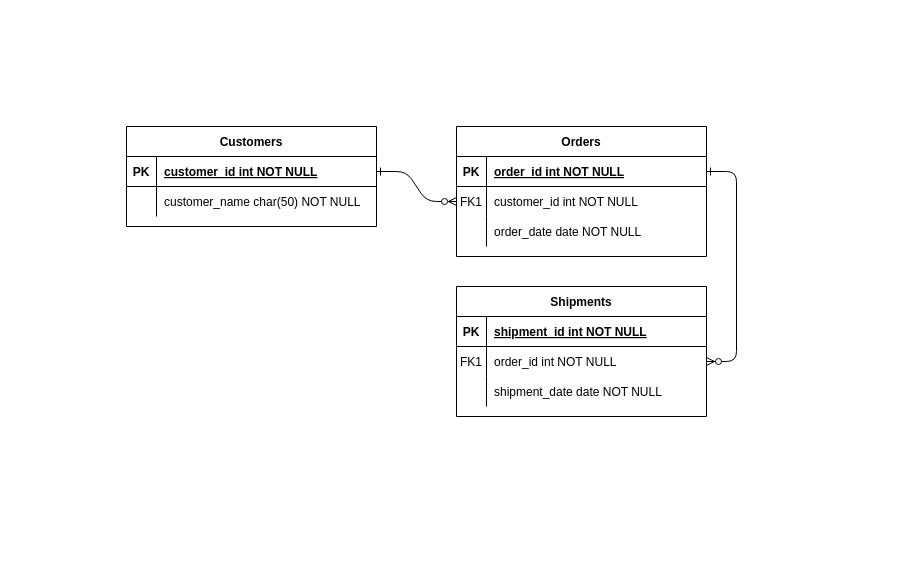
Before: Untitled Diagram.drawio in haeyoungim/test, a draw.io diagram. Source tidied: cells renumbered, new cells numbered last; positions are measured from the earlier drawing's top-left corner, leaving out a move shared by most shapes. Both pictures are drawn from the tidied source at 100%, with x=0, y=0 at pixel (126, 126).
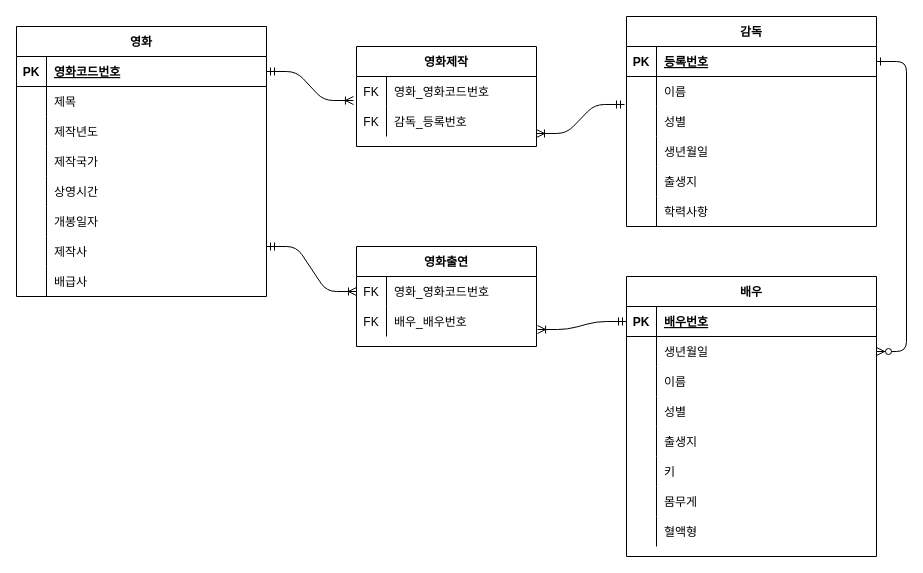
After the change.

Unchanged cells that the change refers to:
```xml
<mxCell id="5" style="shape=partialRectangle;fillColor=none;points=[[0,0.5],[1,0.5]];portConstraint=eastwest;top=0;left=0;right=0;bottom=1;" parent="4" vertex="1">
  <mxGeometry y="30" width="250" height="30" as="geometry" />
</mxCell>
<mxCell id="8" style="shape=partialRectangle;fillColor=none;points=[[0,0.5],[1,0.5]];portConstraint=eastwest;top=0;left=0;right=0;bottom=0;" parent="4" vertex="1">
  <mxGeometry y="60" width="250" height="30" as="geometry" />
</mxCell>
<mxCell id="11" style="shape=partialRectangle;fillColor=none;points=[[0,0.5],[1,0.5]];portConstraint=eastwest;top=0;left=0;right=0;bottom=0;" parent="4" vertex="1">
  <mxGeometry y="90" width="250" height="30" as="geometry" />
</mxCell>
<mxCell id="15" style="shape=partialRectangle;fillColor=none;points=[[0,0.5],[1,0.5]];portConstraint=eastwest;top=0;left=0;right=0;bottom=1;" parent="14" vertex="1">
  <mxGeometry y="30" width="250" height="30" as="geometry" />
</mxCell>
<mxCell id="18" style="shape=partialRectangle;fillColor=none;points=[[0,0.5],[1,0.5]];portConstraint=eastwest;top=0;left=0;right=0;bottom=0;" parent="14" vertex="1">
  <mxGeometry y="60" width="250" height="30" as="geometry" />
</mxCell>
<mxCell id="21" style="shape=partialRectangle;fillColor=none;top=0;left=0;right=0;bottom=0;" parent="14" vertex="1">
  <mxGeometry y="90" width="250" height="30" as="geometry" />
</mxCell>
<mxCell id="25" style="shape=partialRectangle;fillColor=none;points=[[0,0.5],[1,0.5]];portConstraint=eastwest;top=0;left=0;right=0;bottom=1;" parent="24" vertex="1">
  <mxGeometry y="30" width="250" height="30" as="geometry" />
</mxCell>
```

Diff of the diagram source:
```diff
@@
-    <mxCell id="2" style="edgeStyle=entityRelationEdgeStyle;endArrow=ERzeroToMany;startArrow=ERone;endFill=1;startFill=0;" parent="1" edge="1" source="25" target="8">
-      <mxGeometry relative="1" as="geometry" />
-    </mxCell>
@@
-    <mxCell id="4" value="Orders" style="shape=table;startSize=30;childLayout=tableLayout;rowLines=0;fontStyle=1;align=center;" parent="1" vertex="1">
-      <mxGeometry x="330" width="250" height="130" as="geometry" />
+    <mxCell id="4" value="감독" style="shape=table;startSize=30;childLayout=tableLayout;rowLines=0;fontStyle=1;align=center;" parent="1" vertex="1">
+      <mxGeometry x="500" y="-110" width="250" height="210" as="geometry" />
     </mxCell>
@@
-    <mxCell id="7" value="order_id int NOT NULL " style="shape=partialRectangle;overflow=hidden;fillColor=none;top=0;left=0;bottom=0;right=0;align=left;spacingLeft=6;fontStyle=5;" parent="5" vertex="1">
+    <mxCell id="7" value="등록번호" style="shape=partialRectangle;overflow=hidden;fillColor=none;top=0;left=0;bottom=0;right=0;align=left;spacingLeft=6;fontStyle=5;" parent="5" vertex="1">
       <mxGeometry x="30" width="220" height="30" as="geometry" />
     </mxCell>
@@
-    <mxCell id="9" value="FK1" style="shape=partialRectangle;overflow=hidden;fillColor=none;top=0;left=0;bottom=0;right=0;" parent="8" vertex="1">
+    <mxCell id="9" style="shape=partialRectangle;overflow=hidden;fillColor=none;top=0;left=0;bottom=0;right=0;" parent="8" vertex="1">
       <mxGeometry width="30" height="30" as="geometry" />
     </mxCell>
-    <mxCell id="10" value="customer_id int NOT NULL" style="shape=partialRectangle;overflow=hidden;fillColor=none;top=0;left=0;bottom=0;right=0;align=left;spacingLeft=6;" parent="8" vertex="1">
+    <mxCell id="10" value="이름" style="shape=partialRectangle;overflow=hidden;fillColor=none;top=0;left=0;bottom=0;right=0;align=left;spacingLeft=6;" parent="8" vertex="1">
       <mxGeometry x="30" width="220" height="30" as="geometry" />
     </mxCell>
@@
-    <mxCell id="13" value="order_date date NOT NULL" style="shape=partialRectangle;overflow=hidden;fillColor=none;top=0;left=0;bottom=0;right=0;align=left;spacingLeft=6;" parent="11" vertex="1">
+    <mxCell id="13" value="성별" style="shape=partialRectangle;overflow=hidden;fillColor=none;top=0;left=0;bottom=0;right=0;align=left;spacingLeft=6;" parent="11" vertex="1">
       <mxGeometry x="30" width="220" height="30" as="geometry" />
     </mxCell>
+    <mxCell id="31" style="shape=partialRectangle;fillColor=none;top=0;left=0;right=0;bottom=0;" parent="4" vertex="1">
+      <mxGeometry y="120" width="250" height="30" as="geometry" />
+    </mxCell>
+    <mxCell id="32" style="shape=partialRectangle;overflow=hidden;fillColor=none;top=0;left=0;bottom=0;right=0;" parent="31" vertex="1">
+      <mxGeometry width="30" height="30" as="geometry" />
+    </mxCell>
+    <mxCell id="33" value="생년월일" style="shape=partialRectangle;overflow=hidden;fillColor=none;top=0;left=0;bottom=0;right=0;align=left;spacingLeft=6;" parent="31" vertex="1">
+      <mxGeometry x="30" width="220" height="30" as="geometry" />
+    </mxCell>
+    <mxCell id="34" style="shape=partialRectangle;fillColor=none;top=0;left=0;right=0;bottom=0;" parent="4" vertex="1">
+      <mxGeometry y="150" width="250" height="30" as="geometry" />
+    </mxCell>
+    <mxCell id="35" style="shape=partialRectangle;overflow=hidden;fillColor=none;top=0;left=0;bottom=0;right=0;" parent="34" vertex="1">
+      <mxGeometry width="30" height="30" as="geometry" />
+    </mxCell>
+    <mxCell id="36" value="출생지" style="shape=partialRectangle;overflow=hidden;fillColor=none;top=0;left=0;bottom=0;right=0;align=left;spacingLeft=6;" parent="34" vertex="1">
+      <mxGeometry x="30" width="220" height="30" as="geometry" />
+    </mxCell>
+    <mxCell id="37" style="shape=partialRectangle;fillColor=none;top=0;left=0;right=0;bottom=0;" parent="4" vertex="1">
+      <mxGeometry y="180" width="250" height="30" as="geometry" />
+    </mxCell>
+    <mxCell id="38" style="shape=partialRectangle;overflow=hidden;fillColor=none;top=0;left=0;bottom=0;right=0;" parent="37" vertex="1">
+      <mxGeometry width="30" height="30" as="geometry" />
+    </mxCell>
+    <mxCell id="39" value="학력사항" style="shape=partialRectangle;overflow=hidden;fillColor=none;top=0;left=0;bottom=0;right=0;align=left;spacingLeft=6;" parent="37" vertex="1">
+      <mxGeometry x="30" width="220" height="30" as="geometry" />
+    </mxCell>
-    <mxCell id="14" value="Shipments" style="shape=table;startSize=30;childLayout=tableLayout;rowLines=0;fontStyle=1;align=center;" parent="1" vertex="1">
-      <mxGeometry x="330" y="160" width="250" height="130" as="geometry" />
+    <mxCell id="14" value="배우" style="shape=table;startSize=30;childLayout=tableLayout;rowLines=0;fontStyle=1;align=center;" parent="1" vertex="1">
+      <mxGeometry x="500" y="150" width="250" height="280" as="geometry" />
     </mxCell>
@@
-    <mxCell id="17" value="shipment_id int NOT NULL " style="shape=partialRectangle;overflow=hidden;fillColor=none;top=0;left=0;bottom=0;right=0;align=left;spacingLeft=6;fontStyle=5;" parent="15" vertex="1">
+    <mxCell id="17" value="배우번호" style="shape=partialRectangle;overflow=hidden;fillColor=none;top=0;left=0;bottom=0;right=0;align=left;spacingLeft=6;fontStyle=5;" parent="15" vertex="1">
       <mxGeometry x="30" width="220" height="30" as="geometry" />
     </mxCell>
@@
-    <mxCell id="19" value="FK1" style="shape=partialRectangle;overflow=hidden;fillColor=none;top=0;left=0;bottom=0;right=0;" parent="18" vertex="1">
+    <mxCell id="19" style="shape=partialRectangle;overflow=hidden;fillColor=none;top=0;left=0;bottom=0;right=0;" parent="18" vertex="1">
       <mxGeometry width="30" height="30" as="geometry" />
     </mxCell>
-    <mxCell id="20" value="order_id int NOT NULL" style="shape=partialRectangle;overflow=hidden;fillColor=none;top=0;left=0;bottom=0;right=0;align=left;spacingLeft=6;" parent="18" vertex="1">
+    <mxCell id="20" value="생년월일" style="shape=partialRectangle;overflow=hidden;fillColor=none;top=0;left=0;bottom=0;right=0;align=left;spacingLeft=6;" parent="18" vertex="1">
       <mxGeometry x="30" width="220" height="30" as="geometry" />
     </mxCell>
@@
-    <mxCell id="23" value="shipment_date date NOT NULL" style="shape=partialRectangle;overflow=hidden;fillColor=none;top=0;left=0;bottom=0;right=0;align=left;spacingLeft=6;" parent="21" vertex="1">
+    <mxCell id="23" value="이름" style="shape=partialRectangle;overflow=hidden;fillColor=none;top=0;left=0;bottom=0;right=0;align=left;spacingLeft=6;" parent="21" vertex="1">
       <mxGeometry x="30" width="220" height="30" as="geometry" />
     </mxCell>
+    <mxCell id="40" style="shape=partialRectangle;fillColor=none;top=0;left=0;right=0;bottom=0;" parent="14" vertex="1">
+      <mxGeometry y="120" width="250" height="30" as="geometry" />
+    </mxCell>
+    <mxCell id="41" style="shape=partialRectangle;overflow=hidden;fillColor=none;top=0;left=0;bottom=0;right=0;" parent="40" vertex="1">
+      <mxGeometry width="30" height="30" as="geometry" />
+    </mxCell>
+    <mxCell id="42" value="성별" style="shape=partialRectangle;overflow=hidden;fillColor=none;top=0;left=0;bottom=0;right=0;align=left;spacingLeft=6;" parent="40" vertex="1">
+      <mxGeometry x="30" width="220" height="30" as="geometry" />
+    </mxCell>
+    <mxCell id="43" style="shape=partialRectangle;fillColor=none;top=0;left=0;right=0;bottom=0;" parent="14" vertex="1">
+      <mxGeometry y="150" width="250" height="30" as="geometry" />
+    </mxCell>
+    <mxCell id="44" style="shape=partialRectangle;overflow=hidden;fillColor=none;top=0;left=0;bottom=0;right=0;" parent="43" vertex="1">
+      <mxGeometry width="30" height="30" as="geometry" />
+    </mxCell>
+    <mxCell id="45" value="출생지" style="shape=partialRectangle;overflow=hidden;fillColor=none;top=0;left=0;bottom=0;right=0;align=left;spacingLeft=6;" parent="43" vertex="1">
+      <mxGeometry x="30" width="220" height="30" as="geometry" />
+    </mxCell>
+    <mxCell id="46" style="shape=partialRectangle;fillColor=none;top=0;left=0;right=0;bottom=0;" parent="14" vertex="1">
+      <mxGeometry y="180" width="250" height="30" as="geometry" />
+    </mxCell>
+    <mxCell id="47" style="shape=partialRectangle;overflow=hidden;fillColor=none;top=0;left=0;bottom=0;right=0;" parent="46" vertex="1">
+      <mxGeometry width="30" height="30" as="geometry" />
+    </mxCell>
+    <mxCell id="48" value="키" style="shape=partialRectangle;overflow=hidden;fillColor=none;top=0;left=0;bottom=0;right=0;align=left;spacingLeft=6;" parent="46" vertex="1">
+      <mxGeometry x="30" width="220" height="30" as="geometry" />
+    </mxCell>
+    <mxCell id="49" style="shape=partialRectangle;fillColor=none;top=0;left=0;right=0;bottom=0;" parent="14" vertex="1">
+      <mxGeometry y="210" width="250" height="30" as="geometry" />
+    </mxCell>
+    <mxCell id="50" style="shape=partialRectangle;overflow=hidden;fillColor=none;top=0;left=0;bottom=0;right=0;" parent="49" vertex="1">
+      <mxGeometry width="30" height="30" as="geometry" />
+    </mxCell>
+    <mxCell id="51" value="몸무게" style="shape=partialRectangle;overflow=hidden;fillColor=none;top=0;left=0;bottom=0;right=0;align=left;spacingLeft=6;" parent="49" vertex="1">
+      <mxGeometry x="30" width="220" height="30" as="geometry" />
+    </mxCell>
+    <mxCell id="52" style="shape=partialRectangle;fillColor=none;top=0;left=0;right=0;bottom=0;" parent="14" vertex="1">
+      <mxGeometry y="240" width="250" height="30" as="geometry" />
+    </mxCell>
+    <mxCell id="53" style="shape=partialRectangle;overflow=hidden;fillColor=none;top=0;left=0;bottom=0;right=0;" parent="52" vertex="1">
+      <mxGeometry width="30" height="30" as="geometry" />
+    </mxCell>
+    <mxCell id="54" value="혈액형" style="shape=partialRectangle;overflow=hidden;fillColor=none;top=0;left=0;bottom=0;right=0;align=left;spacingLeft=6;" parent="52" vertex="1">
+      <mxGeometry x="30" width="220" height="30" as="geometry" />
+    </mxCell>
-    <mxCell id="24" value="Customers" style="shape=table;startSize=30;childLayout=tableLayout;rowLines=0;fontStyle=1;align=center;" parent="1" vertex="1">
-      <mxGeometry width="250" height="100" as="geometry" />
+    <mxCell id="24" value="영화" style="shape=table;startSize=30;childLayout=tableLayout;rowLines=0;fontStyle=1;align=center;" parent="1" vertex="1">
+      <mxGeometry x="-110" y="-100" width="250" height="270" as="geometry" />
     </mxCell>
@@
-    <mxCell id="27" value="customer_id int NOT NULL " style="shape=partialRectangle;overflow=hidden;fillColor=none;top=0;left=0;bottom=0;right=0;align=left;spacingLeft=6;fontStyle=5;" parent="25" vertex="1">
+    <mxCell id="27" value="영화코드번호" style="shape=partialRectangle;overflow=hidden;fillColor=none;top=0;left=0;bottom=0;right=0;align=left;spacingLeft=6;fontStyle=5;" parent="25" vertex="1">
       <mxGeometry x="30" width="220" height="30" as="geometry" />
     </mxCell>
+    <mxCell id="55" style="shape=partialRectangle;fillColor=none;top=0;left=0;right=0;bottom=0;" parent="24" vertex="1">
+      <mxGeometry y="60" width="250" height="30" as="geometry" />
+    </mxCell>
+    <mxCell id="56" style="shape=partialRectangle;overflow=hidden;fillColor=none;top=0;left=0;bottom=0;right=0;" parent="55" vertex="1">
+      <mxGeometry width="30" height="30" as="geometry" />
+    </mxCell>
+    <mxCell id="57" value="제목" style="shape=partialRectangle;overflow=hidden;fillColor=none;top=0;left=0;bottom=0;right=0;align=left;spacingLeft=6;" parent="55" vertex="1">
+      <mxGeometry x="30" width="220" height="30" as="geometry" />
+    </mxCell>
+    <mxCell id="58" style="shape=partialRectangle;fillColor=none;top=0;left=0;right=0;bottom=0;" parent="24" vertex="1">
+      <mxGeometry y="90" width="250" height="30" as="geometry" />
+    </mxCell>
+    <mxCell id="59" style="shape=partialRectangle;overflow=hidden;fillColor=none;top=0;left=0;bottom=0;right=0;" parent="58" vertex="1">
+      <mxGeometry width="30" height="30" as="geometry" />
+    </mxCell>
+    <mxCell id="60" value="제작년도" style="shape=partialRectangle;overflow=hidden;fillColor=none;top=0;left=0;bottom=0;right=0;align=left;spacingLeft=6;" parent="58" vertex="1">
+      <mxGeometry x="30" width="220" height="30" as="geometry" />
+    </mxCell>
+    <mxCell id="61" style="shape=partialRectangle;fillColor=none;top=0;left=0;right=0;bottom=0;" parent="24" vertex="1">
+      <mxGeometry y="120" width="250" height="30" as="geometry" />
+    </mxCell>
+    <mxCell id="62" style="shape=partialRectangle;overflow=hidden;fillColor=none;top=0;left=0;bottom=0;right=0;" parent="61" vertex="1">
+      <mxGeometry width="30" height="30" as="geometry" />
+    </mxCell>
+    <mxCell id="63" value="제작국가" style="shape=partialRectangle;overflow=hidden;fillColor=none;top=0;left=0;bottom=0;right=0;align=left;spacingLeft=6;" parent="61" vertex="1">
+      <mxGeometry x="30" width="220" height="30" as="geometry" />
+    </mxCell>
+    <mxCell id="64" style="shape=partialRectangle;fillColor=none;top=0;left=0;right=0;bottom=0;" parent="24" vertex="1">
+      <mxGeometry y="150" width="250" height="30" as="geometry" />
+    </mxCell>
+    <mxCell id="65" style="shape=partialRectangle;overflow=hidden;fillColor=none;top=0;left=0;bottom=0;right=0;" parent="64" vertex="1">
+      <mxGeometry width="30" height="30" as="geometry" />
+    </mxCell>
+    <mxCell id="66" value="상영시간" style="shape=partialRectangle;overflow=hidden;fillColor=none;top=0;left=0;bottom=0;right=0;align=left;spacingLeft=6;" parent="64" vertex="1">
+      <mxGeometry x="30" width="220" height="30" as="geometry" />
+    </mxCell>
+    <mxCell id="67" style="shape=partialRectangle;fillColor=none;top=0;left=0;right=0;bottom=0;" parent="24" vertex="1">
+      <mxGeometry y="180" width="250" height="30" as="geometry" />
+    </mxCell>
+    <mxCell id="68" style="shape=partialRectangle;overflow=hidden;fillColor=none;top=0;left=0;bottom=0;right=0;" parent="67" vertex="1">
+      <mxGeometry width="30" height="30" as="geometry" />
+    </mxCell>
+    <mxCell id="69" value="개봉일자" style="shape=partialRectangle;overflow=hidden;fillColor=none;top=0;left=0;bottom=0;right=0;align=left;spacingLeft=6;" parent="67" vertex="1">
+      <mxGeometry x="30" width="220" height="30" as="geometry" />
+    </mxCell>
+    <mxCell id="70" style="shape=partialRectangle;fillColor=none;top=0;left=0;right=0;bottom=0;" parent="24" vertex="1">
+      <mxGeometry y="210" width="250" height="30" as="geometry" />
+    </mxCell>
+    <mxCell id="71" style="shape=partialRectangle;overflow=hidden;fillColor=none;top=0;left=0;bottom=0;right=0;" parent="70" vertex="1">
+      <mxGeometry width="30" height="30" as="geometry" />
+    </mxCell>
+    <mxCell id="72" value="제작사" style="shape=partialRectangle;overflow=hidden;fillColor=none;top=0;left=0;bottom=0;right=0;align=left;spacingLeft=6;" parent="70" vertex="1">
+      <mxGeometry x="30" width="220" height="30" as="geometry" />
+    </mxCell>
     <mxCell id="28" style="shape=partialRectangle;fillColor=none;top=0;left=0;right=0;bottom=0;" parent="24" vertex="1">
-      <mxGeometry y="60" width="250" height="30" as="geometry" />
+      <mxGeometry y="240" width="250" height="30" as="geometry" />
     </mxCell>
@@
-    <mxCell id="30" value="customer_name char(50) NOT NULL" style="shape=partialRectangle;overflow=hidden;fillColor=none;top=0;left=0;bottom=0;right=0;align=left;spacingLeft=6;" parent="28" vertex="1">
+    <mxCell id="30" value="배급사" style="shape=partialRectangle;overflow=hidden;fillColor=none;top=0;left=0;bottom=0;right=0;align=left;spacingLeft=6;" parent="28" vertex="1">
       <mxGeometry x="30" width="220" height="30" as="geometry" />
     </mxCell>
+    <mxCell id="73" value="영화제작" style="shape=table;startSize=30;childLayout=tableLayout;rowLines=0;fontStyle=1;align=center;" parent="1" vertex="1">
+      <mxGeometry x="230" y="-80" width="180" height="100" as="geometry" />
+    </mxCell>
+    <mxCell id="74" style="shape=partialRectangle;fillColor=none;top=0;left=0;bottom=0;right=0;points=[[0,0.5],[1,0.5]];portConstraint=eastwest;" parent="73" vertex="1">
+      <mxGeometry y="30" width="180" height="30" as="geometry" />
+    </mxCell>
+    <mxCell id="75" value="FK" style="shape=partialRectangle;fillColor=none;top=0;left=0;bottom=0;right=0;overflow=hidden;" parent="74" vertex="1">
+      <mxGeometry width="30" height="30" as="geometry" />
+    </mxCell>
+    <mxCell id="76" value="영화_영화코드번호" style="shape=partialRectangle;fillColor=none;top=0;left=0;bottom=0;right=0;align=left;spacingLeft=6;overflow=hidden;" parent="74" vertex="1">
+      <mxGeometry x="30" width="150" height="30" as="geometry" />
+    </mxCell>
+    <mxCell id="77" style="shape=partialRectangle;fillColor=none;top=0;left=0;bottom=0;right=0;points=[[0,0.5],[1,0.5]];portConstraint=eastwest;" parent="73" vertex="1">
+      <mxGeometry y="60" width="180" height="30" as="geometry" />
+    </mxCell>
+    <mxCell id="78" value="FK" style="shape=partialRectangle;fillColor=none;top=0;left=0;bottom=0;right=0;overflow=hidden;" parent="77" vertex="1">
+      <mxGeometry width="30" height="30" as="geometry" />
+    </mxCell>
+    <mxCell id="79" value="감독_등록번호" style="shape=partialRectangle;fillColor=none;top=0;left=0;bottom=0;right=0;align=left;spacingLeft=6;overflow=hidden;" parent="77" vertex="1">
+      <mxGeometry x="30" width="150" height="30" as="geometry" />
+    </mxCell>
+    <mxCell id="80" value="영화출연" style="shape=table;startSize=30;childLayout=tableLayout;rowLines=0;fontStyle=1;align=center;" parent="1" vertex="1">
+      <mxGeometry x="230" y="120" width="180" height="100" as="geometry" />
+    </mxCell>
+    <mxCell id="81" style="shape=partialRectangle;fillColor=none;top=0;left=0;bottom=0;right=0;points=[[0,0.5],[1,0.5]];portConstraint=eastwest;" parent="80" vertex="1">
+      <mxGeometry y="30" width="180" height="30" as="geometry" />
+    </mxCell>
+    <mxCell id="82" value="FK" style="shape=partialRectangle;fillColor=none;top=0;left=0;bottom=0;right=0;overflow=hidden;" parent="81" vertex="1">
+      <mxGeometry width="30" height="30" as="geometry" />
+    </mxCell>
+    <mxCell id="83" value="영화_영화코드번호" style="shape=partialRectangle;fillColor=none;top=0;left=0;bottom=0;right=0;align=left;spacingLeft=6;overflow=hidden;" parent="81" vertex="1">
+      <mxGeometry x="30" width="150" height="30" as="geometry" />
+    </mxCell>
+    <mxCell id="84" style="shape=partialRectangle;fillColor=none;top=0;left=0;bottom=0;right=0;points=[[0,0.5],[1,0.5]];portConstraint=eastwest;" parent="80" vertex="1">
+      <mxGeometry y="60" width="180" height="30" as="geometry" />
+    </mxCell>
+    <mxCell id="85" value="FK" style="shape=partialRectangle;fillColor=none;top=0;left=0;bottom=0;right=0;overflow=hidden;" parent="84" vertex="1">
+      <mxGeometry width="30" height="30" as="geometry" />
+    </mxCell>
+    <mxCell id="86" value="배우_배우번호" style="shape=partialRectangle;fillColor=none;top=0;left=0;bottom=0;right=0;align=left;spacingLeft=6;overflow=hidden;" parent="84" vertex="1">
+      <mxGeometry x="30" width="150" height="30" as="geometry" />
+    </mxCell>
+    <mxCell id="87" style="edgeStyle=entityRelationEdgeStyle;fontSize=12;html=1;endArrow=ERoneToMany;startArrow=ERmandOne;exitX=1;exitY=0.5;exitDx=0;exitDy=0;entryX=-0.017;entryY=0.8;entryDx=0;entryDy=0;entryPerimeter=0;" parent="1" edge="1" source="25" target="74">
+      <mxGeometry relative="1" as="geometry" />
+    </mxCell>
+    <mxCell id="88" style="edgeStyle=entityRelationEdgeStyle;fontSize=12;html=1;endArrow=ERoneToMany;startArrow=ERmandOne;entryX=1;entryY=0.9;entryDx=0;entryDy=0;entryPerimeter=0;exitX=-0.008;exitY=-0.067;exitDx=0;exitDy=0;exitPerimeter=0;" parent="1" edge="1" source="11" target="77">
+      <mxGeometry relative="1" as="geometry" />
+    </mxCell>
+    <mxCell id="89" style="edgeStyle=entityRelationEdgeStyle;fontSize=12;html=1;endArrow=ERoneToMany;startArrow=ERmandOne;entryX=0;entryY=0.5;entryDx=0;entryDy=0;" parent="1" edge="1" target="81">
+      <mxGeometry relative="1" as="geometry">
+        <mxPoint x="140" y="120" as="sourcePoint" />
+      </mxGeometry>
+    </mxCell>
+    <mxCell id="90" style="edgeStyle=entityRelationEdgeStyle;fontSize=12;html=1;endArrow=ERoneToMany;startArrow=ERmandOne;exitX=0;exitY=0.5;exitDx=0;exitDy=0;entryX=1.006;entryY=0.767;entryDx=0;entryDy=0;entryPerimeter=0;" parent="1" edge="1" source="15" target="84">
+      <mxGeometry relative="1" as="geometry" />
+    </mxCell>
```
